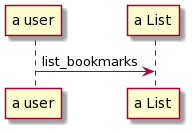
rdupplaw/makers-bookmark-manager keeps this PlantUML diagram as domain_model.png. Above is the earlier version.
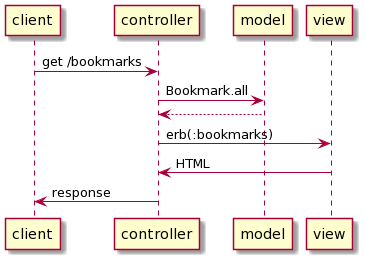
The same diagram one commit later.

The edit, as a diff of the source:
```diff
@@ -1,5 +1,8 @@
 @startuml
-participant "a user" as user
-participant "a List" as list
-user -> list : list_bookmarks
+client -> controller : get /bookmarks
+controller -> model : Bookmark.all
+model --> controller
+controller -> view : erb(:bookmarks)
+view -> controller : HTML
+controller -> client : response
 @enduml
```
